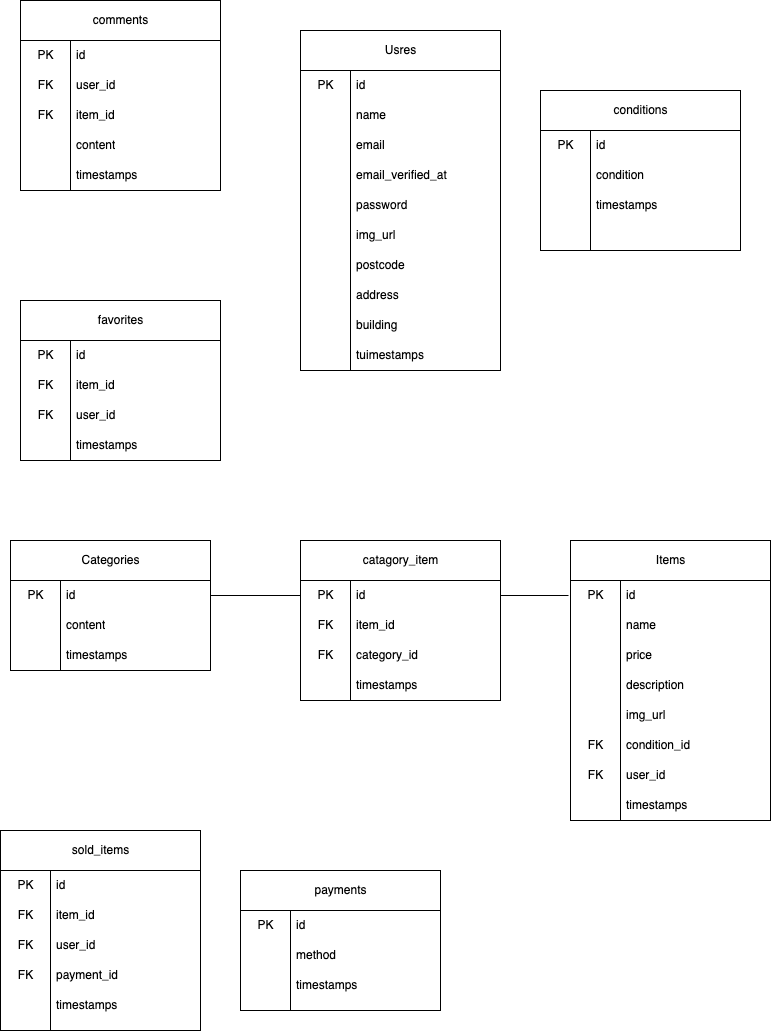
Before: ER/Index.drawio.png, a diagram exported from draw.io (Kenichi-Tnk/FleaMarket). Source tidied: cells renumbered, new cells last; positions are measured from the earlier drawing's top-left corner, leaving out a move shared by most shapes.
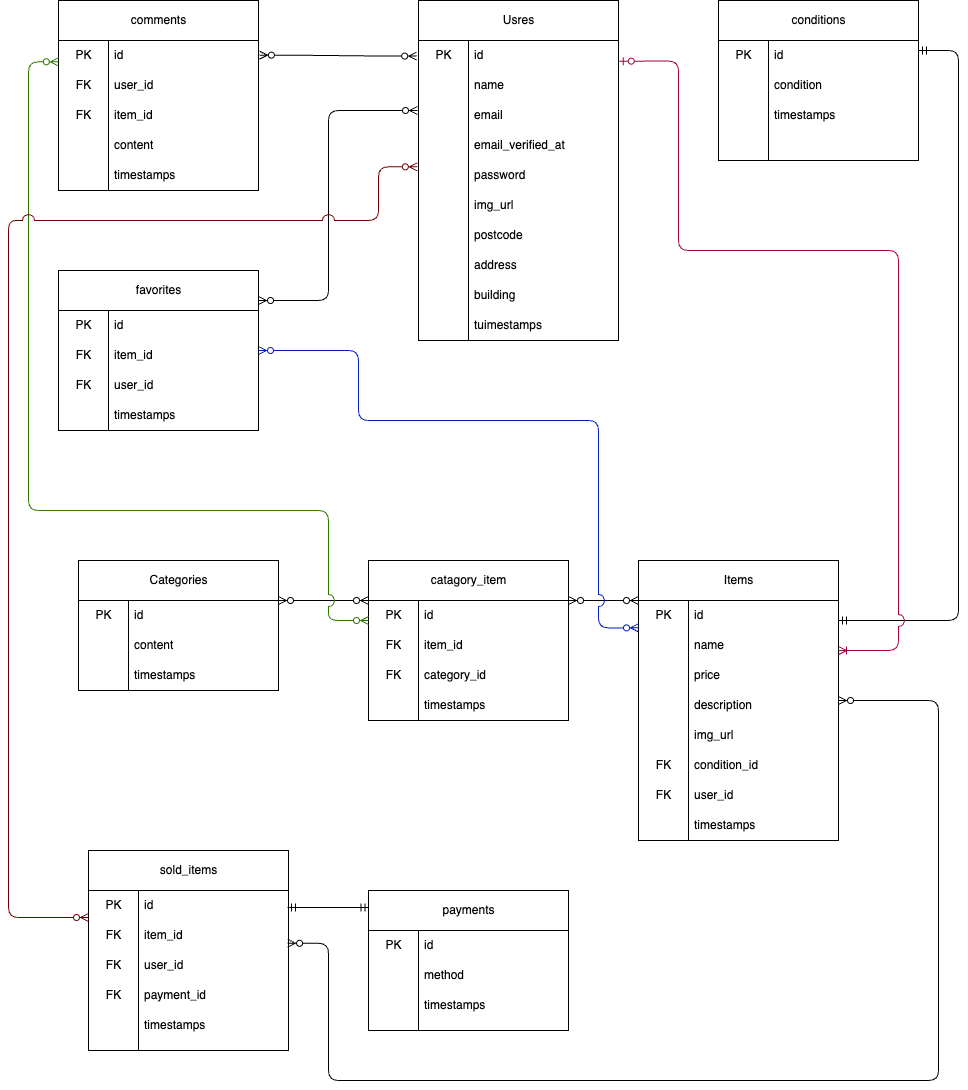
The same diagram one commit later.

Change to the diagram source:
```diff
@@ -3,7 +3,7 @@
     <mxCell id="0" />
     <mxCell id="1" parent="0" />
     <mxCell id="2" style="group;" parent="1" vertex="1">
-      <mxGeometry x="300" y="30" width="200" height="340" as="geometry" />
+      <mxGeometry x="350" y="-20" width="200" height="340" as="geometry" />
     </mxCell>
     <mxCell id="3" style="swimlane;startSize=0;labelBorderColor=none;html=1;" parent="2" vertex="1">
       <mxGeometry y="40" width="200" height="300" as="geometry" />
@@ -150,7 +150,7 @@
       <mxGeometry width="200" height="40" as="geometry" />
     </mxCell>
     <mxCell id="51" style="group;" parent="1" vertex="1">
-      <mxGeometry x="540" y="90" width="200" height="160" as="geometry" />
+      <mxGeometry x="650" y="-20" width="200" height="160" as="geometry" />
     </mxCell>
     <mxCell id="52" style="swimlane;startSize=0;labelBorderColor=none;html=1;" parent="51" vertex="1">
       <mxGeometry y="40" width="200" height="120" as="geometry" />
@@ -174,7 +174,7 @@
       <mxGeometry x="50" y="100" width="150" height="30" as="geometry" />
     </mxCell>
     <mxCell id="59" style="group;" parent="1" vertex="1">
-      <mxGeometry x="20" y="300" width="200" height="160" as="geometry" />
+      <mxGeometry x="-10" y="250" width="200" height="160" as="geometry" />
     </mxCell>
     <mxCell id="60" style="swimlane;startSize=0;labelBorderColor=none;html=1;" parent="59" vertex="1">
       <mxGeometry y="40" width="200" height="120" as="geometry" />
@@ -207,7 +207,7 @@
       <mxGeometry x="5" y="100" width="40" height="30" as="geometry" />
     </mxCell>
     <mxCell id="70" style="group;" parent="1" vertex="1">
-      <mxGeometry x="20" width="200" height="190" as="geometry" />
+      <mxGeometry x="-10" y="-20" width="200" height="190" as="geometry" />
     </mxCell>
     <mxCell id="71" style="swimlane;startSize=0;labelBorderColor=none;html=1;" parent="70" vertex="1">
       <mxGeometry y="40" width="200" height="150" as="geometry" />
@@ -243,7 +243,7 @@
       <mxGeometry x="5" y="100" width="40" height="30" as="geometry" />
     </mxCell>
     <mxCell id="82" style="group;" parent="1" vertex="1">
-      <mxGeometry y="830" width="200" height="200" as="geometry" />
+      <mxGeometry x="20" y="830" width="200" height="200" as="geometry" />
     </mxCell>
     <mxCell id="83" style="swimlane;startSize=0;labelBorderColor=none;html=1;" parent="82" vertex="1">
       <mxGeometry y="40" width="200" height="160" as="geometry" />
@@ -282,7 +282,7 @@
       <mxGeometry width="200" height="40" as="geometry" />
     </mxCell>
     <mxCell id="95" style="group;" parent="1" vertex="1">
-      <mxGeometry x="240" y="870" width="200" height="140" as="geometry" />
+      <mxGeometry x="300" y="870" width="200" height="140" as="geometry" />
     </mxCell>
     <mxCell id="96" style="swimlane;startSize=0;labelBorderColor=none;html=1;" parent="95" vertex="1">
       <mxGeometry y="40" width="200" height="100" as="geometry" />
@@ -305,11 +305,90 @@
     <mxCell id="102" value="payments" style="rounded=0;labelBorderColor=none;html=1;" parent="95" vertex="1">
       <mxGeometry width="200" height="40" as="geometry" />
     </mxCell>
-    <mxCell id="103" style="endArrow=none;html=1;entryX=-0.01;entryY=0.063;entryDx=0;entryDy=0;entryPerimeter=0;exitX=1;exitY=0.5;exitDx=0;exitDy=0;" parent="1" edge="1" source="42" target="26">
-      <mxGeometry relative="1" as="geometry" />
-    </mxCell>
-    <mxCell id="104" style="endArrow=none;html=1;exitX=1;exitY=0.5;exitDx=0;exitDy=0;entryX=0;entryY=0.125;entryDx=0;entryDy=0;entryPerimeter=0;" parent="1" edge="1" source="19" target="41">
-      <mxGeometry relative="1" as="geometry" />
-    </mxCell>
+    <mxCell id="105" style="edgeStyle=entityRelationEdgeStyle;fontSize=12;html=1;endArrow=ERzeroToMany;endFill=1;startArrow=ERzeroToMany;exitX=1;exitY=1;exitDx=0;exitDy=0;entryX=0;entryY=0;entryDx=0;entryDy=0;" parent="1" edge="1" source="50" target="26">
+      <mxGeometry relative="1" as="geometry" />
+    </mxCell>
+    <mxCell id="106" style="edgeStyle=entityRelationEdgeStyle;fontSize=12;html=1;endArrow=ERzeroToMany;endFill=1;startArrow=ERzeroToMany;exitX=1;exitY=1;exitDx=0;exitDy=0;" parent="1" edge="1" source="24">
+      <mxGeometry relative="1" as="geometry">
+        <mxPoint x="300" y="580" as="targetPoint" />
+      </mxGeometry>
+    </mxCell>
+    <mxCell id="107" style="edgeStyle=orthogonalEdgeStyle;fontSize=12;html=1;endArrow=ERzeroToMany;endFill=1;startArrow=ERzeroToMany;exitX=1;exitY=0.75;exitDx=0;exitDy=0;" parent="1" edge="1" source="62">
+      <mxGeometry relative="1" as="geometry">
+        <mxPoint x="349" y="90" as="targetPoint" />
+        <Array as="points">
+          <mxPoint x="260" y="280" />
+          <mxPoint x="260" y="90" />
+          <mxPoint x="349" y="90" />
+        </Array>
+      </mxGeometry>
+    </mxCell>
+    <mxCell id="108" style="edgeStyle=orthogonalEdgeStyle;fontSize=12;html=1;endArrow=ERzeroToMany;endFill=1;startArrow=ERzeroToMany;targetPerimeterSpacing=0;entryX=0;entryY=0.114;entryDx=0;entryDy=0;entryPerimeter=0;fillColor=#0050ef;strokeColor=#001DBC;jumpStyle=arc;sourcePerimeterSpacing=0;jumpSize=12;startSize=6;endSize=6;" parent="1" edge="1" source="65" target="26">
+      <mxGeometry relative="1" as="geometry">
+        <Array as="points">
+          <mxPoint x="290" y="330" />
+          <mxPoint x="290" y="400" />
+          <mxPoint x="530" y="400" />
+          <mxPoint x="530" y="607" />
+        </Array>
+      </mxGeometry>
+    </mxCell>
+    <mxCell id="109" style="edgeStyle=entityRelationEdgeStyle;fontSize=12;html=1;endArrow=ERzeroToMany;endFill=1;startArrow=ERzeroToMany;targetPerimeterSpacing=0;entryX=-0.009;entryY=0.052;entryDx=0;entryDy=0;entryPerimeter=0;exitX=1.006;exitY=0.488;exitDx=0;exitDy=0;exitPerimeter=0;" parent="1" edge="1" source="75" target="3">
+      <mxGeometry relative="1" as="geometry" />
+    </mxCell>
+    <mxCell id="110" style="edgeStyle=orthogonalEdgeStyle;fontSize=12;html=1;endArrow=ERzeroToMany;endFill=1;startArrow=ERzeroToMany;targetPerimeterSpacing=0;entryX=-0.001;entryY=0.142;entryDx=0;entryDy=0;entryPerimeter=0;exitX=0;exitY=0.167;exitDx=0;exitDy=0;exitPerimeter=0;fillColor=#60a917;strokeColor=#2D7600;jumpStyle=arc;jumpSize=12;" parent="1" edge="1" source="41" target="71">
+      <mxGeometry relative="1" as="geometry">
+        <Array as="points">
+          <mxPoint x="260" y="600" />
+          <mxPoint x="260" y="490" />
+          <mxPoint x="-40" y="490" />
+          <mxPoint x="-40" y="41" />
+        </Array>
+      </mxGeometry>
+    </mxCell>
+    <mxCell id="111" style="edgeStyle=orthogonalEdgeStyle;fontSize=12;html=1;endArrow=ERmandOne;startArrow=ERmandOne;startSize=6;endSize=6;sourcePerimeterSpacing=0;targetPerimeterSpacing=0;jumpStyle=arc;jumpSize=12;entryX=1;entryY=0.333;entryDx=0;entryDy=0;entryPerimeter=0;" parent="1" edge="1" target="55">
+      <mxGeometry relative="1" as="geometry">
+        <mxPoint x="770" y="600" as="sourcePoint" />
+        <Array as="points">
+          <mxPoint x="890" y="600" />
+          <mxPoint x="890" y="30" />
+        </Array>
+      </mxGeometry>
+    </mxCell>
+    <mxCell id="112" style="edgeStyle=orthogonalEdgeStyle;fontSize=12;html=1;endArrow=ERoneToMany;startArrow=ERzeroToOne;startSize=6;endSize=6;sourcePerimeterSpacing=0;targetPerimeterSpacing=0;jumpStyle=arc;jumpSize=12;exitX=1.005;exitY=0.688;exitDx=0;exitDy=0;exitPerimeter=0;entryX=1;entryY=0.667;entryDx=0;entryDy=0;entryPerimeter=0;fillColor=#d80073;strokeColor=#A50040;" parent="1" edge="1" source="4" target="29">
+      <mxGeometry relative="1" as="geometry">
+        <Array as="points">
+          <mxPoint x="610" y="41" />
+          <mxPoint x="610" y="230" />
+          <mxPoint x="830" y="230" />
+          <mxPoint x="830" y="630" />
+        </Array>
+      </mxGeometry>
+    </mxCell>
+    <mxCell id="113" style="edgeStyle=entityRelationEdgeStyle;fontSize=12;html=1;endArrow=ERmandOne;startArrow=ERmandOne;startSize=6;endSize=6;sourcePerimeterSpacing=0;targetPerimeterSpacing=0;jumpStyle=arc;jumpSize=12;exitX=0.993;exitY=0.567;exitDx=0;exitDy=0;exitPerimeter=0;entryX=0.002;entryY=0.425;entryDx=0;entryDy=0;entryPerimeter=0;" parent="1" edge="1" source="84" target="102">
+      <mxGeometry relative="1" as="geometry" />
+    </mxCell>
+    <mxCell id="114" style="edgeStyle=orthogonalEdgeStyle;fontSize=12;html=1;endArrow=ERzeroToMany;endFill=1;startArrow=ERzeroToMany;startSize=6;endSize=6;sourcePerimeterSpacing=0;targetPerimeterSpacing=0;jumpStyle=arc;jumpSize=12;entryX=0.994;entryY=0.76;entryDx=0;entryDy=0;entryPerimeter=0;" parent="1" edge="1" target="86">
+      <mxGeometry relative="1" as="geometry">
+        <mxPoint x="770" y="680" as="sourcePoint" />
+        <Array as="points">
+          <mxPoint x="870" y="680" />
+          <mxPoint x="870" y="1060" />
+          <mxPoint x="260" y="1060" />
+          <mxPoint x="260" y="923" />
+        </Array>
+      </mxGeometry>
+    </mxCell>
+    <mxCell id="115" style="edgeStyle=orthogonalEdgeStyle;fontSize=12;html=1;endArrow=ERzeroToMany;endFill=1;startArrow=ERzeroToMany;startSize=6;endSize=6;sourcePerimeterSpacing=0;targetPerimeterSpacing=0;jumpStyle=arc;jumpSize=12;entryX=-0.006;entryY=0.421;entryDx=0;entryDy=0;entryPerimeter=0;fillColor=#a20025;strokeColor=#6F0000;" parent="1" edge="1" target="3">
+      <mxGeometry relative="1" as="geometry">
+        <mxPoint x="20" y="897" as="sourcePoint" />
+        <Array as="points">
+          <mxPoint x="-60" y="897" />
+          <mxPoint x="-60" y="200" />
+          <mxPoint x="310" y="200" />
+          <mxPoint x="310" y="146" />
+        </Array>
+      </mxGeometry>
+    </mxCell>
   </root>
 </mxGraphModel>
```
